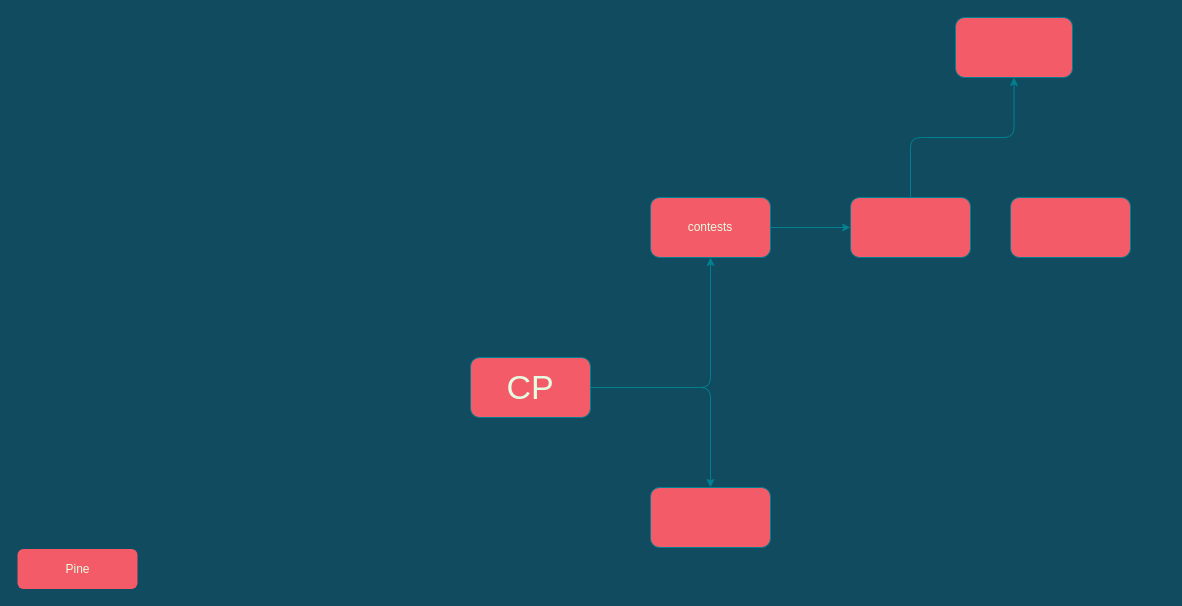
The draw.io diagram Untitled Diagram.drawio in samarthraj11/jgraph-, before the edit. Source tidied: cells renumbered, new cells numbered last; positions are measured from the earlier drawing's top-left corner, leaving out a move shared by most shapes. Both pictures are drawn from the tidied source at 100%, with x=0, y=0 at pixel (17, 17).
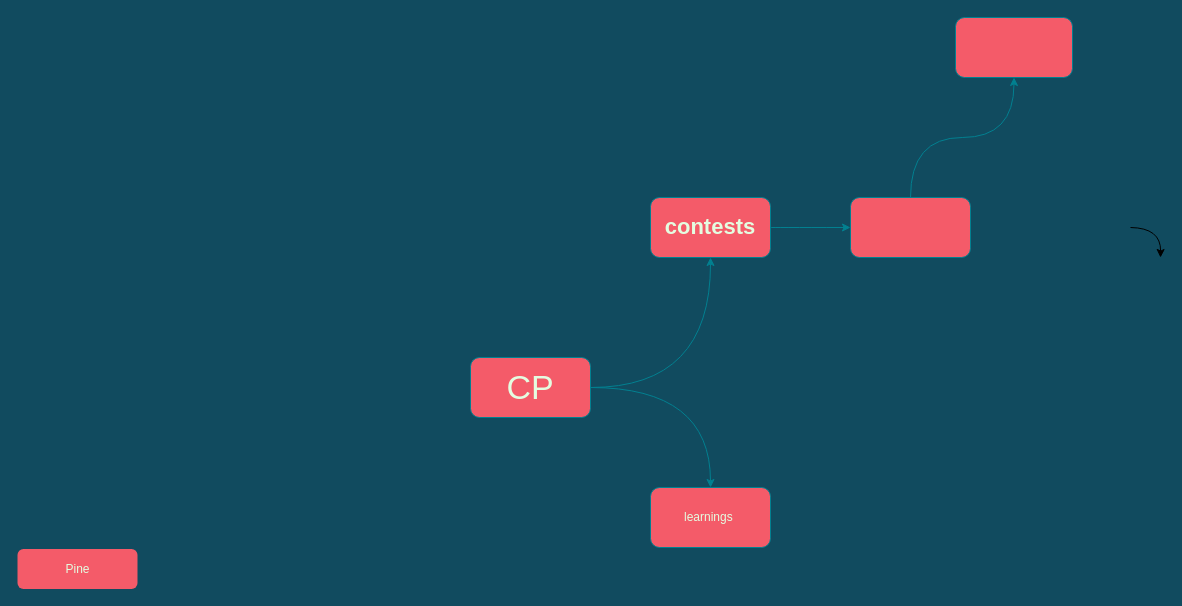
Above is the later version.

The edit, as a diff of the source:
```diff
@@
 <mxGraphModel background="#114B5F">
   <root>
     <mxCell id="0" />
     <mxCell id="1" parent="0" />
-    <mxCell id="2" value="Pine" style="rounded=1;fillColor=#F45B69;strokeColor=none;strokeWidth=3;shadow=0;html=1;fontColor=#E4FDE1;" parent="1" vertex="1">
+    <mxCell id="2" value="Pine" style="fillColor=#F45B69;strokeColor=none;strokeWidth=3;shadow=0;html=1;fontColor=#E4FDE1;rounded=1;" parent="1" vertex="1">
       <mxGeometry y="531.5" width="120" height="40" as="geometry" />
     </mxCell>
-    <mxCell id="3" style="edgeStyle=orthogonalEdgeStyle;curved=0;rounded=1;sketch=0;jettySize=auto;html=1;fontColor=#E4FDE1;strokeColor=#028090;fillColor=#F45B69;" parent="1" edge="1" source="5" target="7">
+    <mxCell id="3" style="edgeStyle=orthogonalEdgeStyle;jettySize=auto;html=1;fontColor=#E4FDE1;strokeColor=#028090;fillColor=#F45B69;curved=1;" parent="1" edge="1" source="5" target="7">
       <mxGeometry relative="1" as="geometry" />
     </mxCell>
-    <mxCell id="4" style="edgeStyle=orthogonalEdgeStyle;curved=0;rounded=1;sketch=0;jettySize=auto;html=1;fontColor=#E4FDE1;strokeColor=#028090;fillColor=#F45B69;" parent="1" edge="1" source="5" target="8">
+    <mxCell id="4" style="edgeStyle=orthogonalEdgeStyle;jettySize=auto;html=1;fontColor=#E4FDE1;strokeColor=#028090;fillColor=#F45B69;curved=1;" parent="1" edge="1" source="5" target="8">
       <mxGeometry relative="1" as="geometry" />
     </mxCell>
-    <mxCell id="5" value="&lt;font style=&quot;font-size: 34px&quot;&gt;CP&lt;/font&gt;" style="rounded=1;whiteSpace=wrap;html=1;sketch=0;fontColor=#E4FDE1;strokeColor=#028090;fillColor=#F45B69;" parent="1" vertex="1">
+    <mxCell id="5" value="&lt;font style=&quot;font-size: 34px&quot;&gt;CP&lt;/font&gt;" style="whiteSpace=wrap;html=1;fontColor=#E4FDE1;strokeColor=#028090;fillColor=#F45B69;rounded=1;" parent="1" vertex="1">
       <mxGeometry x="453" y="340" width="120" height="60" as="geometry" />
     </mxCell>
-    <mxCell id="6" style="edgeStyle=orthogonalEdgeStyle;curved=0;rounded=1;sketch=0;jettySize=auto;html=1;fontColor=#E4FDE1;strokeColor=#028090;fillColor=#F45B69;" parent="1" edge="1" source="7" target="10">
+    <mxCell id="6" style="edgeStyle=orthogonalEdgeStyle;jettySize=auto;html=1;fontColor=#E4FDE1;strokeColor=#028090;fillColor=#F45B69;curved=1;" parent="1" edge="1" source="7" target="10">
       <mxGeometry relative="1" as="geometry" />
     </mxCell>
-    <mxCell id="7" value="contests" style="rounded=1;whiteSpace=wrap;html=1;sketch=0;fontColor=#E4FDE1;strokeColor=#028090;fillColor=#F45B69;" parent="1" vertex="1">
+    <mxCell id="7" value="contests" style="whiteSpace=wrap;html=1;fontColor=#E4FDE1;strokeColor=#028090;fillColor=#F45B69;strokeWidth=1;fontSize=22;fontStyle=1;rounded=1;" parent="1" vertex="1">
       <mxGeometry x="633" y="180" width="120" height="60" as="geometry" />
     </mxCell>
-    <mxCell id="8" style="rounded=1;whiteSpace=wrap;html=1;fontColor=#E4FDE1;strokeColor=#028090;fillColor=#F45B69;sketch=0;" parent="1" vertex="1">
+    <mxCell id="8" value="learnings&amp;nbsp;" style="whiteSpace=wrap;html=1;fontColor=#E4FDE1;strokeColor=#028090;fillColor=#F45B69;rounded=1;" parent="1" vertex="1">
       <mxGeometry x="633" y="470" width="120" height="60" as="geometry" />
     </mxCell>
-    <mxCell id="9" style="edgeStyle=orthogonalEdgeStyle;curved=0;rounded=1;sketch=0;jettySize=auto;html=1;fontColor=#E4FDE1;strokeColor=#028090;fillColor=#F45B69;" parent="1" edge="1" source="10" target="11">
+    <mxCell id="9" style="edgeStyle=orthogonalEdgeStyle;jettySize=auto;html=1;fontColor=#E4FDE1;strokeColor=#028090;fillColor=#F45B69;curved=1;" parent="1" edge="1" source="10" target="11">
       <mxGeometry relative="1" as="geometry" />
     </mxCell>
-    <mxCell id="10" style="rounded=1;whiteSpace=wrap;html=1;fontColor=#E4FDE1;strokeColor=#028090;fillColor=#F45B69;sketch=0;" parent="1" vertex="1">
+    <mxCell id="10" style="whiteSpace=wrap;html=1;fontColor=#E4FDE1;strokeColor=#028090;fillColor=#F45B69;rounded=1;" parent="1" vertex="1">
       <mxGeometry x="833" y="180" width="120" height="60" as="geometry" />
     </mxCell>
-    <mxCell id="11" style="rounded=1;whiteSpace=wrap;html=1;fontColor=#E4FDE1;strokeColor=#028090;fillColor=#F45B69;sketch=0;" parent="1" vertex="1">
+    <mxCell id="11" style="whiteSpace=wrap;html=1;fontColor=#E4FDE1;strokeColor=#028090;fillColor=#F45B69;rounded=1;" parent="1" vertex="1">
       <mxGeometry x="938" width="117" height="60" as="geometry" />
     </mxCell>
-    <mxCell id="12" style="rounded=1;whiteSpace=wrap;html=1;sketch=0;fontColor=#E4FDE1;strokeColor=#028090;fillColor=#F45B69;" parent="1" vertex="1">
-      <mxGeometry x="993" y="180" width="120" height="60" as="geometry" />
-    </mxCell>
+    <mxCell id="13" style="edgeStyle=orthogonalEdgeStyle;curved=1;rounded=0;orthogonalLoop=1;jettySize=auto;html=1;" parent="1" edge="1">
+      <mxGeometry relative="1" as="geometry">
+        <mxPoint x="1113" y="210" as="sourcePoint" />
+        <mxPoint x="1143" y="240" as="targetPoint" />
+      </mxGeometry>
+    </mxCell>
   </root>
 </mxGraphModel>
```
